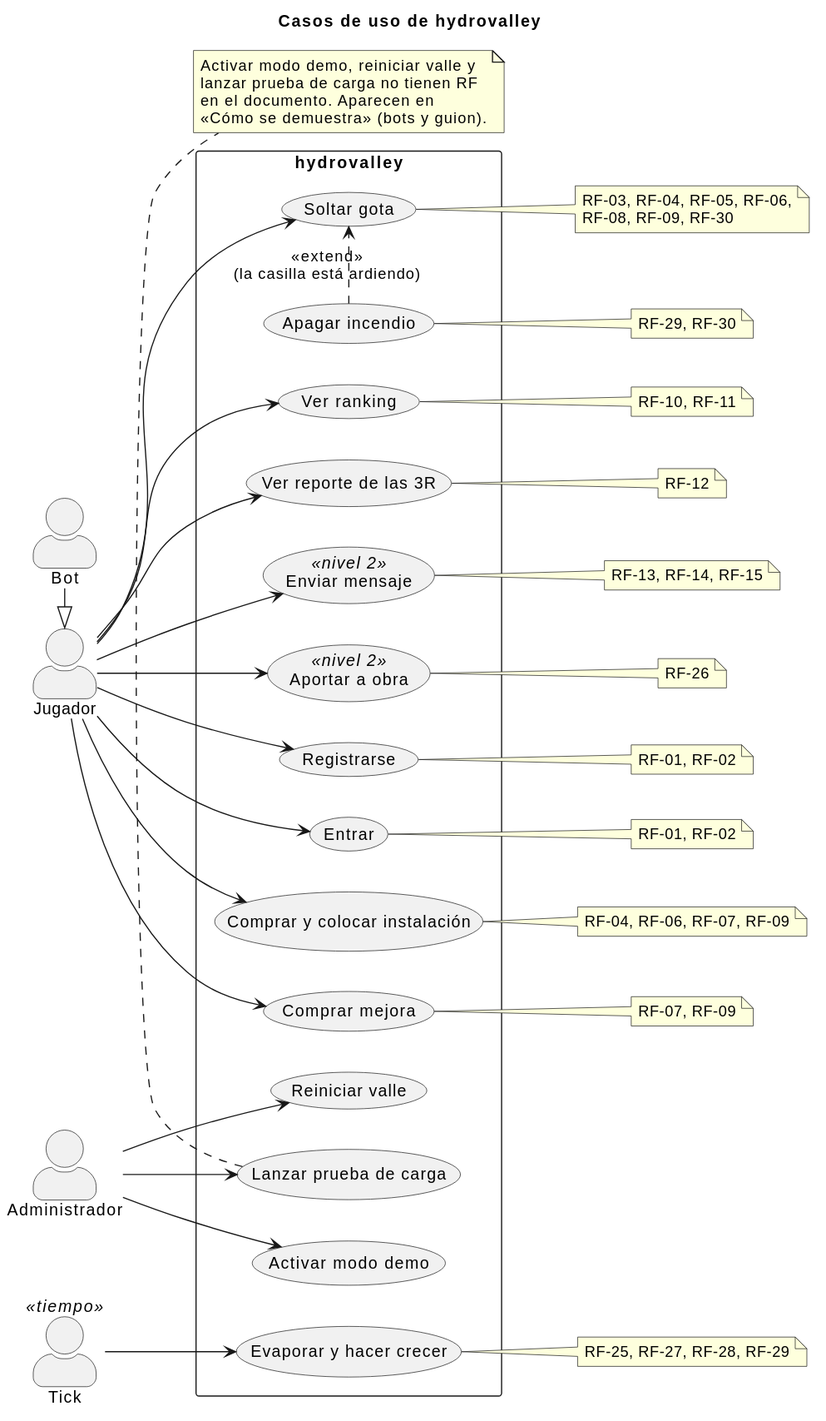
iadev2005/hydrovalley keeps this PlantUML diagram as docs/diagrams/01-casos-de-uso.svg. Above is the earlier version.
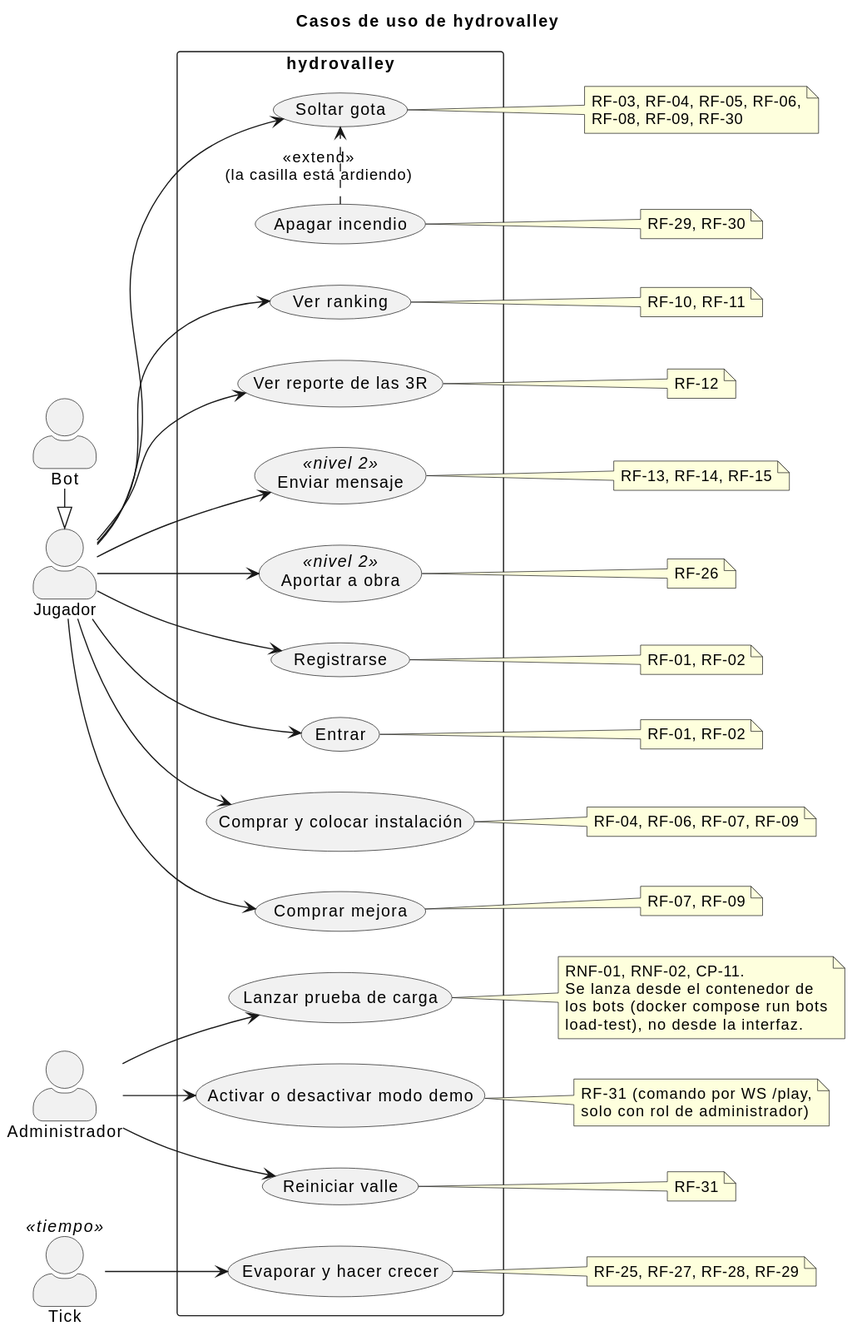
After the change.

The edit, as a diff of the source:
```diff
@@ -23,7 +23,7 @@
   usecase "Enviar mensaje" as UC_Mensaje <<nivel 2>>
   usecase "Aportar a obra" as UC_Obra <<nivel 2>>
 
-  usecase "Activar modo demo" as UC_Demo
+  usecase "Activar o desactivar modo demo" as UC_Demo
   usecase "Reiniciar valle" as UC_Reiniciar
   usecase "Lanzar prueba de carga" as UC_Carga
 
@@ -82,10 +82,17 @@
 note right of UC_Evolucion
   RF-25, RF-27, RF-28, RF-29
 end note
-note bottom of UC_Carga
-  Activar modo demo, reiniciar valle y
-  lanzar prueba de carga no tienen RF
-  en el documento. Aparecen en
-  «Cómo se demuestra» (bots y guion).
+note right of UC_Demo
+  RF-31 (comando por WS /play,
+  solo con rol de administrador)
+end note
+note right of UC_Reiniciar
+  RF-31
+end note
+note right of UC_Carga
+  RNF-01, RNF-02, CP-11.
+  Se lanza desde el contenedor de
+  los bots (docker compose run bots
+  load-test), no desde la interfaz.
 end note
 @enduml
```
